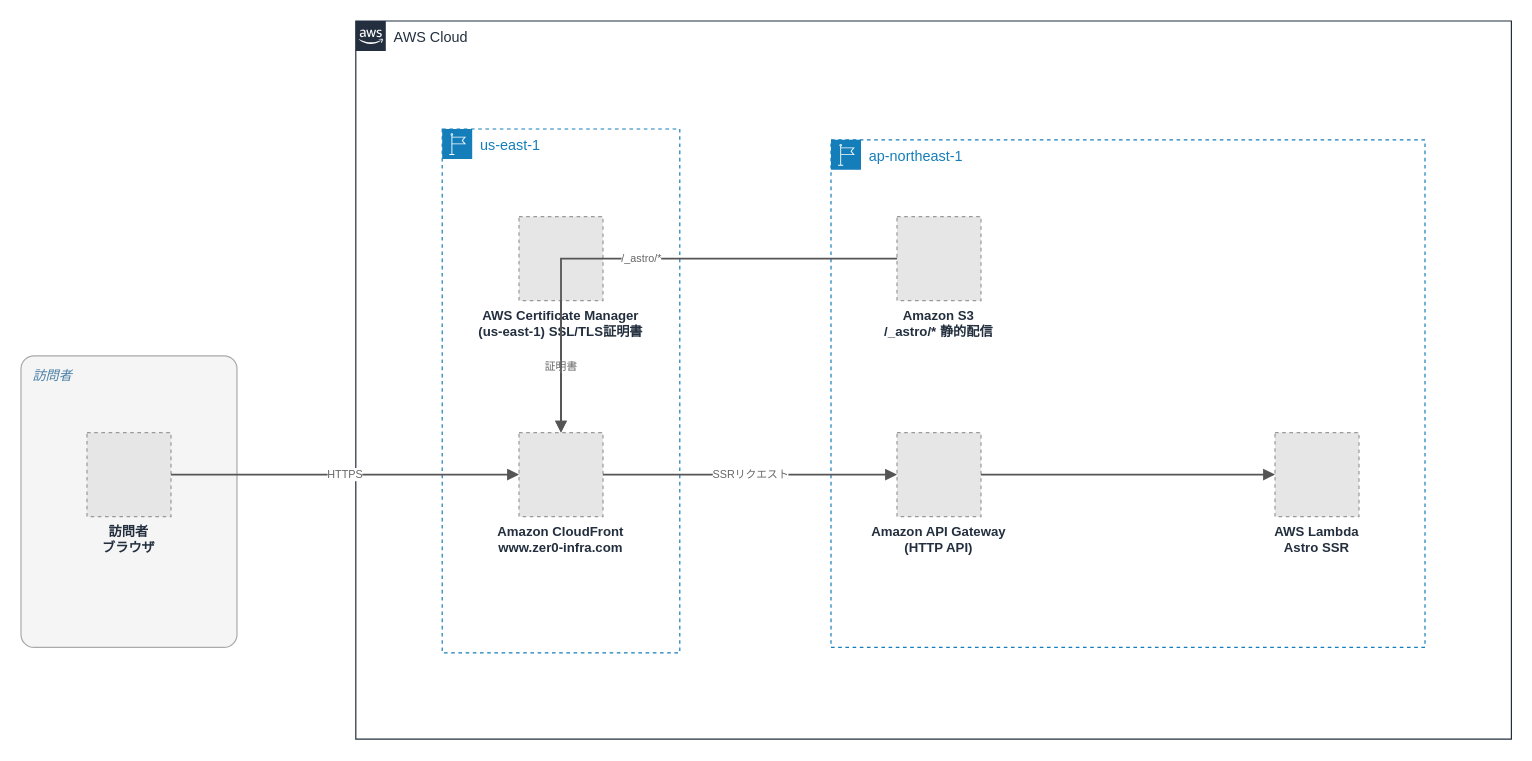
Above: 004_portfolio/images/004_architecture.drawio in Zer0-1179/Zer0-public (draw.io), before the change. Source tidied: cells renumbered, new cells numbered last; positions are measured from the earlier drawing's top-left corner, leaving out a move shared by most shapes. Both pictures are drawn from the tidied source at 120%, with x=0, y=0 at pixel (20, 20). Pictures stored in the file or linked from it are replaced by grey dashed boxes.
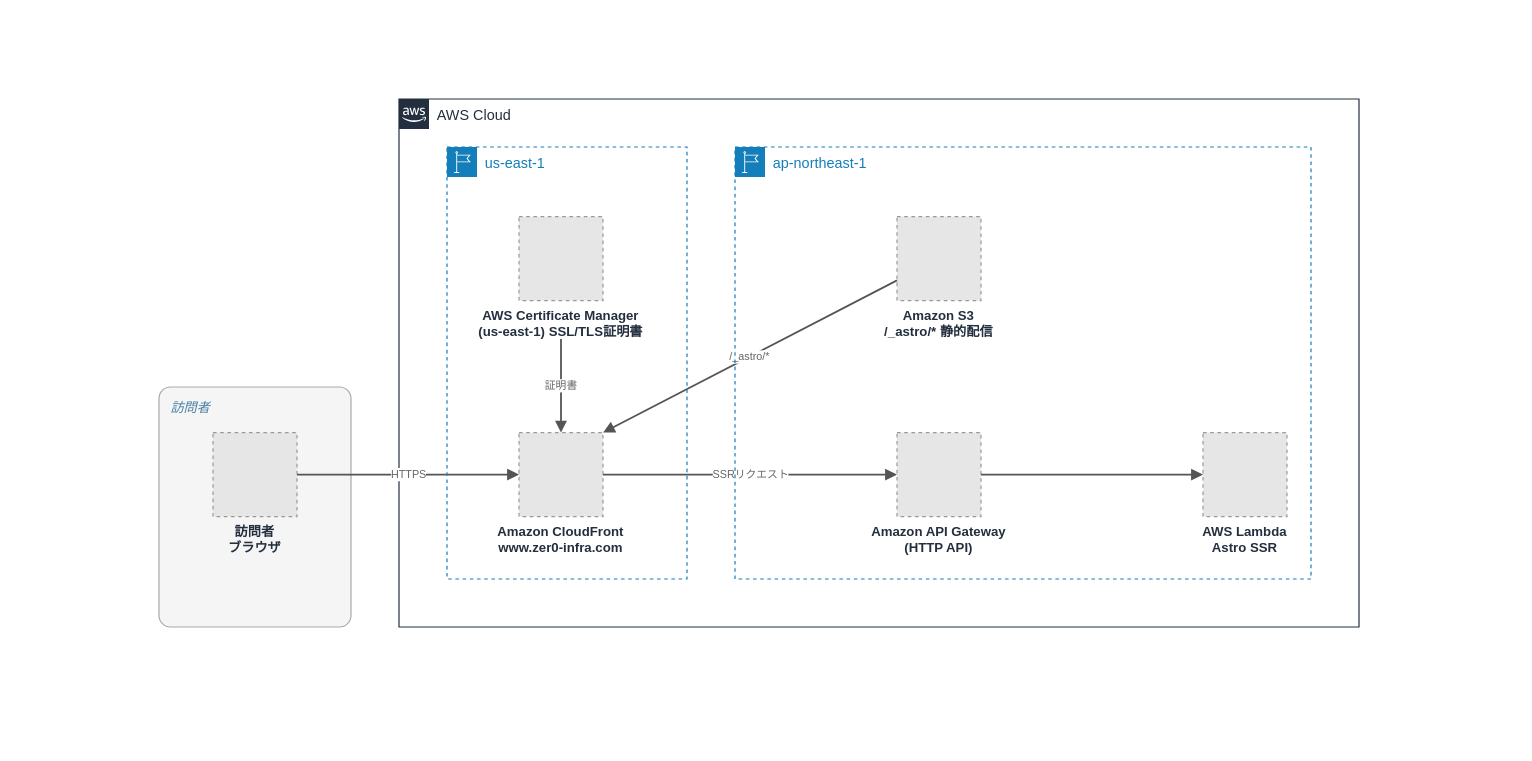
The same page after the edit.

The edit, as a diff of the source:
```diff
@@
 <mxGraphModel>
   <root>
     <mxCell id="0" />
     <mxCell id="1" parent="0" />
     <mxCell id="2" value="AWS Cloud" style="gradientColor=none;html=1;whiteSpace=wrap;fontSize=12;fontStyle=0;shape=mxgraph.aws4.group;grIcon=mxgraph.aws4.group_aws_cloud_alt;strokeColor=#232F3E;fillColor=none;verticalAlign=top;align=left;spacingLeft=30;fontColor=#232F3E;dashed=0;" parent="1" vertex="1">
-      <mxGeometry x="279" width="963" height="598.5" as="geometry" />
+      <mxGeometry x="315" y="65" width="800" height="440" as="geometry" />
     </mxCell>
     <mxCell id="3" value="訪問者" style="rounded=1;arcSize=6;whiteSpace=wrap;html=1;fillColor=#F5F5F5;strokeColor=#AAAAAA;verticalAlign=top;align=left;spacingLeft=8;spacingTop=4;fontColor=#4A7FA5;fontStyle=2;fontSize=11;" parent="1" vertex="1">
-      <mxGeometry y="279" width="180" height="243" as="geometry" />
+      <mxGeometry x="115" y="305" width="160" height="200" as="geometry" />
     </mxCell>
-    <mxCell id="4" value="us-east-1" style="gradientColor=none;html=1;whiteSpace=wrap;fontSize=12;fontStyle=0;shape=mxgraph.aws4.group;grIcon=mxgraph.aws4.group_region;strokeColor=#147EBA;fillColor=none;verticalAlign=top;align=left;spacingLeft=30;fontColor=#147EBA;dashed=1;" parent="2" vertex="1">
-      <mxGeometry x="72" y="90" width="198" height="436.5" as="geometry" />
-    </mxCell>
-    <mxCell id="5" value="ap-northeast-1" style="gradientColor=none;html=1;whiteSpace=wrap;fontSize=12;fontStyle=0;shape=mxgraph.aws4.group;grIcon=mxgraph.aws4.group_region;strokeColor=#147EBA;fillColor=none;verticalAlign=top;align=left;spacingLeft=30;fontColor=#147EBA;dashed=1;" parent="2" vertex="1">
-      <mxGeometry x="396" y="99" width="495" height="423" as="geometry" />
-    </mxCell>
     <mxCell id="6" value="訪問者&#10;ブラウザ" style="fillColor=#E6E6E6;strokeColor=#999999;dashed=1;verticalLabelPosition=bottom;verticalAlign=top;labelBackgroundColor=none;fontSize=11;fontStyle=1;fontColor=#232F3E;" parent="1" vertex="1">
-      <mxGeometry x="55" y="343" width="70" height="70" as="geometry" />
+      <mxGeometry x="160" y="343" width="70" height="70" as="geometry" />
     </mxCell>
     <mxCell id="7" value="AWS Certificate Manager&#10;(us-east-1) SSL/TLS証明書" style="fillColor=#E6E6E6;strokeColor=#999999;dashed=1;verticalLabelPosition=bottom;verticalAlign=top;labelBackgroundColor=none;fontSize=11;fontStyle=1;fontColor=#232F3E;" parent="1" vertex="1">
       <mxGeometry x="415" y="163" width="70" height="70" as="geometry" />
     </mxCell>
     <mxCell id="8" value="Amazon CloudFront&#10;www.zer0-infra.com" style="fillColor=#E6E6E6;strokeColor=#999999;dashed=1;verticalLabelPosition=bottom;verticalAlign=top;labelBackgroundColor=none;fontSize=11;fontStyle=1;fontColor=#232F3E;" parent="1" vertex="1">
       <mxGeometry x="415" y="343" width="70" height="70" as="geometry" />
     </mxCell>
     <mxCell id="9" value="Amazon API Gateway&#10;(HTTP API)" style="fillColor=#E6E6E6;strokeColor=#999999;dashed=1;verticalLabelPosition=bottom;verticalAlign=top;labelBackgroundColor=none;fontSize=11;fontStyle=1;fontColor=#232F3E;" parent="1" vertex="1">
       <mxGeometry x="730" y="343" width="70" height="70" as="geometry" />
     </mxCell>
-    <mxCell id="10" value="AWS Lambda&#10;Astro SSR" style="fillColor=#E6E6E6;strokeColor=#999999;dashed=1;verticalLabelPosition=bottom;verticalAlign=top;labelBackgroundColor=none;fontSize=11;fontStyle=1;fontColor=#232F3E;" parent="1" vertex="1">
-      <mxGeometry x="1045" y="343" width="70" height="70" as="geometry" />
-    </mxCell>
     <mxCell id="11" value="Amazon S3&#10;/_astro/* 静的配信" style="fillColor=#E6E6E6;strokeColor=#999999;dashed=1;verticalLabelPosition=bottom;verticalAlign=top;labelBackgroundColor=none;fontSize=11;fontStyle=1;fontColor=#232F3E;" parent="1" vertex="1">
       <mxGeometry x="730" y="163" width="70" height="70" as="geometry" />
     </mxCell>
     <mxCell id="12" value="HTTPS" style="endArrow=block;html=1;rounded=0;edgeStyle=none;strokeColor=#555555;strokeWidth=1.5;fontSize=9;fontColor=#666666;labelBackgroundColor=#FFFFFF;" parent="1" edge="1" source="6" target="8">
       <mxGeometry relative="1" as="geometry" />
     </mxCell>
-    <mxCell id="13" value="証明書" style="endArrow=block;html=1;rounded=0;edgeStyle=none;strokeColor=#555555;strokeWidth=1.5;fontSize=9;fontColor=#666666;labelBackgroundColor=#FFFFFF;" parent="1" edge="1" source="7" target="8">
-      <mxGeometry relative="1" as="geometry" />
+    <mxCell id="13" value="証明書" style="endArrow=block;html=1;rounded=0;edgeStyle=none;strokeColor=#555555;strokeWidth=1.5;fontSize=9;fontColor=#666666;labelBackgroundColor=#FFFFFF;" parent="1" edge="1" target="8">
+      <mxGeometry relative="1" as="geometry">
+        <mxPoint x="450" y="265" as="sourcePoint" />
+      </mxGeometry>
     </mxCell>
     <mxCell id="14" value="SSRリクエスト" style="endArrow=block;html=1;rounded=0;edgeStyle=none;strokeColor=#555555;strokeWidth=1.5;fontSize=9;fontColor=#666666;labelBackgroundColor=#FFFFFF;" parent="1" edge="1" source="8" target="9">
       <mxGeometry relative="1" as="geometry" />
     </mxCell>
     <mxCell id="15" style="endArrow=block;html=1;rounded=0;edgeStyle=none;strokeColor=#555555;strokeWidth=1.5;fontSize=9;fontColor=#666666;labelBackgroundColor=#FFFFFF;" parent="1" edge="1" source="9" target="10">
       <mxGeometry relative="1" as="geometry" />
     </mxCell>
-    <mxCell id="16" value="/_astro/*" style="endArrow=block;html=1;rounded=0;edgeStyle=orthogonalEdgeStyle;strokeColor=#555555;strokeWidth=1.5;fontSize=9;fontColor=#666666;labelBackgroundColor=#FFFFFF;" parent="1" edge="1" source="11" target="8">
+    <mxCell id="16" value="/_astro/*" style="endArrow=block;html=1;rounded=0;strokeColor=#555555;strokeWidth=1.5;fontSize=9;fontColor=#666666;labelBackgroundColor=#FFFFFF;entryX=1;entryY=0;entryDx=0;entryDy=0;" parent="1" edge="1" source="11" target="8">
       <mxGeometry relative="1" as="geometry" />
     </mxCell>
+    <mxCell id="4" value="us-east-1" style="gradientColor=none;html=1;whiteSpace=wrap;fontSize=12;fontStyle=0;shape=mxgraph.aws4.group;grIcon=mxgraph.aws4.group_region;strokeColor=#147EBA;fillColor=none;verticalAlign=top;align=left;spacingLeft=30;fontColor=#147EBA;dashed=1;" parent="1" vertex="1">
+      <mxGeometry x="355" y="105" width="200" height="360" as="geometry" />
+    </mxCell>
+    <mxCell id="5" value="ap-northeast-1" style="gradientColor=none;html=1;whiteSpace=wrap;fontSize=12;fontStyle=0;shape=mxgraph.aws4.group;grIcon=mxgraph.aws4.group_region;strokeColor=#147EBA;fillColor=none;verticalAlign=top;align=left;spacingLeft=30;fontColor=#147EBA;dashed=1;" parent="1" vertex="1">
+      <mxGeometry x="595" y="105" width="480" height="360" as="geometry" />
+    </mxCell>
+    <mxCell id="10" value="AWS Lambda&#10;Astro SSR" style="fillColor=#E6E6E6;strokeColor=#999999;dashed=1;verticalLabelPosition=bottom;verticalAlign=top;labelBackgroundColor=none;fontSize=11;fontStyle=1;fontColor=#232F3E;" parent="5" vertex="1">
+      <mxGeometry x="390" y="238" width="70" height="70" as="geometry" />
+    </mxCell>
   </root>
 </mxGraphModel>
```
